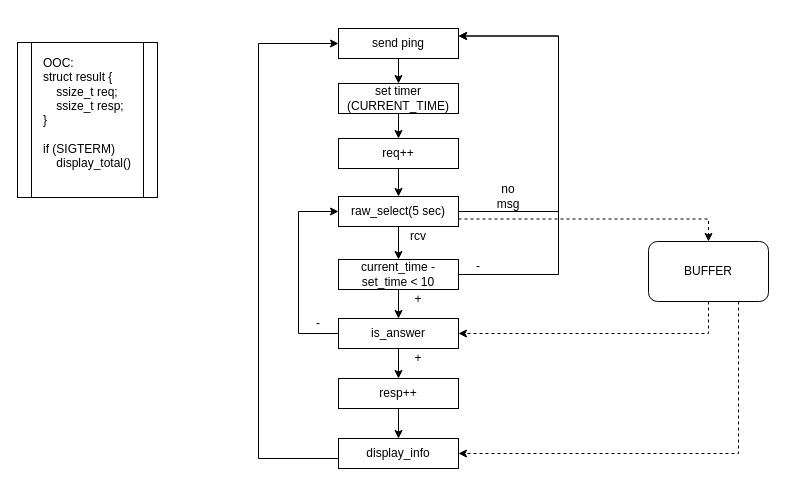
The draw.io diagram sheme/sheme.drawio in LieutenantRed/ping, before the edit. Source tidied: cells renumbered, new cells numbered last; positions are measured from the earlier drawing's top-left corner, leaving out a move shared by most shapes. Both pictures are drawn from the tidied source at 100%, with x=0, y=0 at pixel (17, 28).
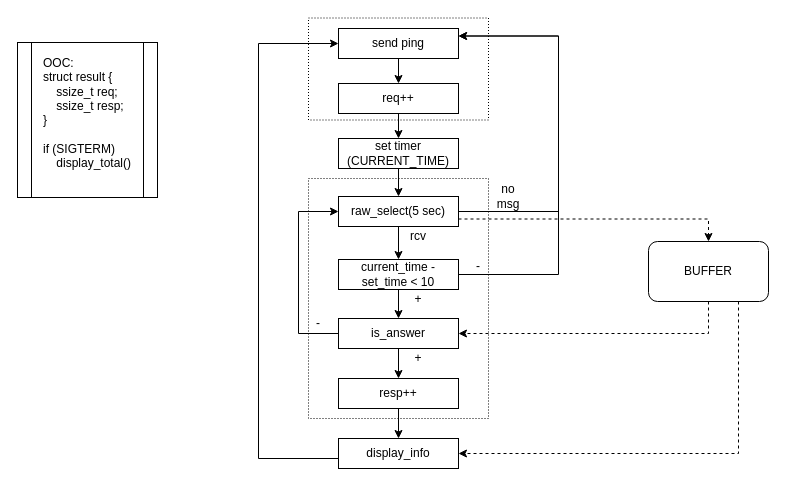
The same diagram, later.

The change refers to these unchanged cells:
```xml
<mxCell id="4" value="send ping" style="rounded=0;whiteSpace=wrap;html=1;" parent="1" vertex="1">
  <mxGeometry x="321" width="120" height="30" as="geometry" />
</mxCell>
<mxCell id="8" value="raw_select(5 sec) " style="rounded=0;whiteSpace=wrap;html=1;" parent="1" vertex="1">
  <mxGeometry x="321" y="168" width="120" height="30" as="geometry" />
</mxCell>
```

Change to the diagram source:
```diff
@@
-    <mxCell id="2" style="edgeStyle=orthogonalEdgeStyle;rounded=0;jettySize=auto;html=1;exitX=0.5;exitY=1;exitDx=0;exitDy=0;entryX=0.5;entryY=0;entryDx=0;entryDy=0;" parent="1" edge="1" source="17" target="8">
+    <mxCell id="2" style="edgeStyle=orthogonalEdgeStyle;rounded=0;jettySize=auto;html=1;exitX=0.5;exitY=1;exitDx=0;exitDy=0;entryX=0.5;entryY=0;entryDx=0;entryDy=0;" parent="1" edge="1" source="10" target="8">
       <mxGeometry relative="1" as="geometry" />
     </mxCell>
-    <mxCell id="3" style="edgeStyle=orthogonalEdgeStyle;rounded=0;jettySize=auto;html=1;exitX=0.5;exitY=1;exitDx=0;exitDy=0;entryX=0.5;entryY=0;entryDx=0;entryDy=0;" parent="1" edge="1" source="4" target="10">
-      <mxGeometry relative="1" as="geometry" />
-    </mxCell>
+    <mxCell id="32" style="edgeStyle=orthogonalEdgeStyle;rounded=0;jettySize=auto;html=1;exitX=0.5;exitY=1;exitDx=0;exitDy=0;entryX=0.5;entryY=0;entryDx=0;entryDy=0;" parent="1" edge="1" source="4" target="17">
+      <mxGeometry relative="1" as="geometry" />
+    </mxCell>
@@
-    <mxCell id="9" style="edgeStyle=orthogonalEdgeStyle;rounded=0;jettySize=auto;html=1;exitX=0.5;exitY=1;exitDx=0;exitDy=0;entryX=0.5;entryY=0;entryDx=0;entryDy=0;" parent="1" edge="1" source="10" target="17">
-      <mxGeometry relative="1" as="geometry" />
-    </mxCell>
-    <mxCell id="10" value="set timer (CURRENT_TIME)" style="rounded=0;whiteSpace=wrap;html=1;" parent="1" vertex="1">
-      <mxGeometry x="321" y="55" width="120" height="30" as="geometry" />
-    </mxCell>
@@
     <mxCell id="17" value="req++" style="rounded=0;whiteSpace=wrap;html=1;" parent="1" vertex="1">
-      <mxGeometry x="321" y="110" width="120" height="30" as="geometry" />
+      <mxGeometry x="321" y="55" width="120" height="30" as="geometry" />
     </mxCell>
@@
+    <mxCell id="33" style="rounded=0;whiteSpace=wrap;html=1;fillColor=none;dashed=1;dashPattern=1 2;" parent="1" vertex="1">
+      <mxGeometry x="291" y="150" width="180" height="240" as="geometry" />
+    </mxCell>
+    <mxCell id="10" value="set timer (CURRENT_TIME)" style="rounded=0;whiteSpace=wrap;html=1;" parent="1" vertex="1">
+      <mxGeometry x="321" y="110" width="120" height="30" as="geometry" />
+    </mxCell>
+    <mxCell id="34" style="edgeStyle=orthogonalEdgeStyle;rounded=0;jettySize=auto;html=1;exitX=0.5;exitY=1;exitDx=0;exitDy=0;entryX=0.5;entryY=0;entryDx=0;entryDy=0;" parent="1" edge="1" source="17" target="10">
+      <mxGeometry relative="1" as="geometry">
+        <Array as="points">
+          <mxPoint x="381" y="110" />
+        </Array>
+      </mxGeometry>
+    </mxCell>
+    <mxCell id="35" style="rounded=0;whiteSpace=wrap;html=1;fillColor=none;dashed=1;dashPattern=1 2;" parent="1" vertex="1">
+      <mxGeometry x="291" y="-10.5" width="180" height="102" as="geometry" />
+    </mxCell>
```
